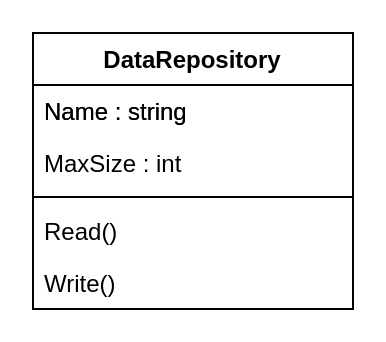
atillakati/sw_developer_2020_Atilla keeps this draw.io diagram as page "Repositories START" (5 of 6) of src/20201119/Anforderungen_Diagramme.drawio. Above is the earlier version. Source tidied: cells renumbered, new cells numbered last; positions are measured from the earlier drawing's top-left corner, leaving out a move shared by most shapes. Both pictures are drawn from the tidied source at 200%, with x=0, y=0 at pixel (32, 32).
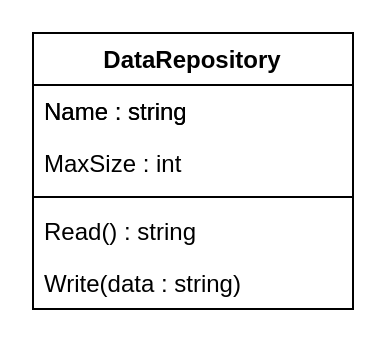
After the change.

Diff of the diagram source:
```diff
@@
 <mxGraphModel>
   <root>
     <mxCell id="0" />
     <mxCell id="1" parent="0" />
     <mxCell id="2" value="DataRepository" style="swimlane;fontStyle=1;align=center;verticalAlign=top;horizontal=1;startSize=26;" parent="1" vertex="1">
       <mxGeometry width="160" height="138" as="geometry" />
     </mxCell>
     <mxCell id="3" value="Name : string" style="text;strokeColor=none;fillColor=none;align=left;verticalAlign=top;spacingLeft=4;spacingRight=4;overflow=hidden;" parent="2" vertex="1">
       <mxGeometry y="26" width="160" height="26" as="geometry" />
     </mxCell>
     <mxCell id="4" value="MaxSize : int" style="text;strokeColor=none;fillColor=none;align=left;verticalAlign=top;spacingLeft=4;spacingRight=4;overflow=hidden;" parent="2" vertex="1">
       <mxGeometry y="52" width="160" height="26" as="geometry" />
     </mxCell>
     <mxCell id="5" style="line;strokeWidth=1;fillColor=none;align=left;verticalAlign=middle;spacingTop=-1;spacingLeft=3;spacingRight=3;labelPosition=right;" parent="2" vertex="1">
       <mxGeometry y="78" width="160" height="8" as="geometry" />
     </mxCell>
-    <mxCell id="6" value="Read()" style="text;strokeColor=none;fillColor=none;align=left;verticalAlign=top;spacingLeft=4;spacingRight=4;overflow=hidden;" parent="2" vertex="1">
+    <mxCell id="6" value="Read() : string" style="text;strokeColor=none;fillColor=none;align=left;verticalAlign=top;spacingLeft=4;spacingRight=4;overflow=hidden;" parent="2" vertex="1">
       <mxGeometry y="86" width="160" height="26" as="geometry" />
     </mxCell>
-    <mxCell id="7" value="Write()" style="text;strokeColor=none;fillColor=none;align=left;verticalAlign=top;spacingLeft=4;spacingRight=4;overflow=hidden;" parent="2" vertex="1">
+    <mxCell id="7" value="Write(data : string)" style="text;strokeColor=none;fillColor=none;align=left;verticalAlign=top;spacingLeft=4;spacingRight=4;overflow=hidden;" parent="2" vertex="1">
       <mxGeometry y="112" width="160" height="26" as="geometry" />
     </mxCell>
     <mxCell id="8" value="Name : string" style="text;strokeColor=none;fillColor=none;align=left;verticalAlign=top;spacingLeft=4;spacingRight=4;overflow=hidden;" parent="1" vertex="1">
       <mxGeometry y="26" width="160" height="26" as="geometry" />
     </mxCell>
   </root>
 </mxGraphModel>
```
